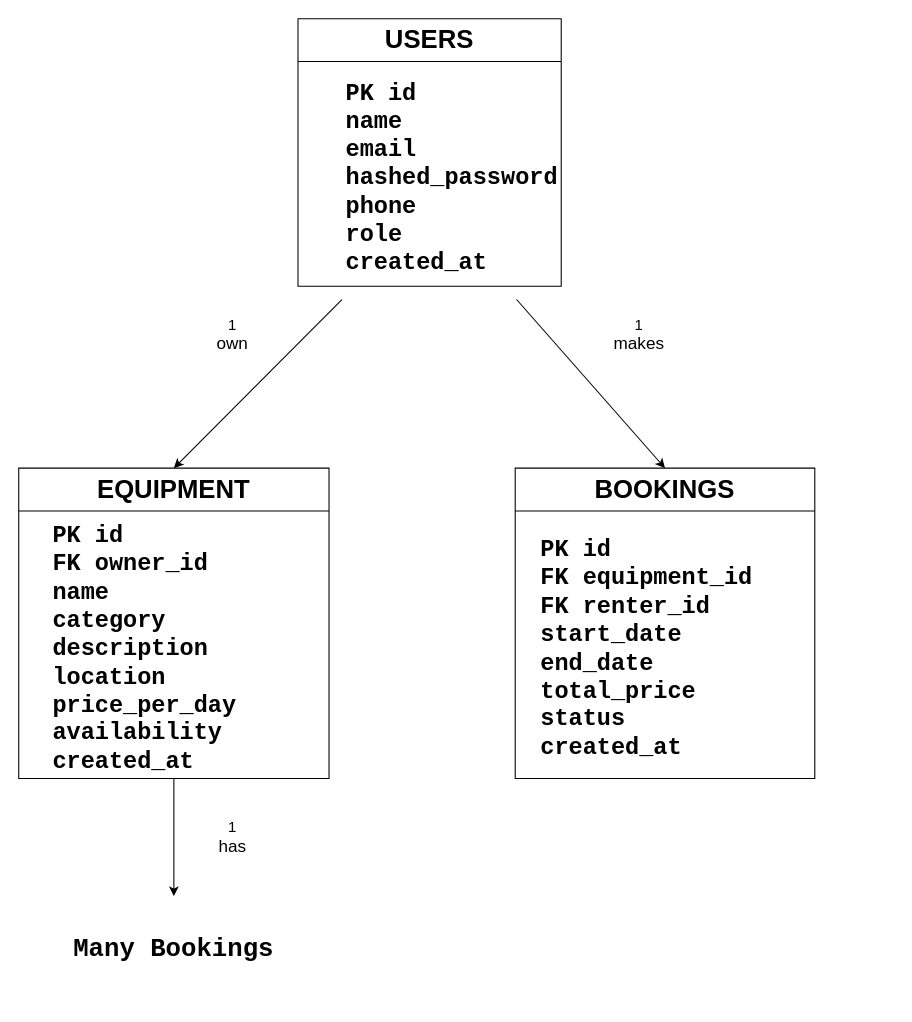
This is docs/diagrams/ER_Diagram.drawio from harisshchathriya/agrirent-ai, a draw.io file, before an edit. Source tidied: cells renumbered, new cells numbered last; positions are measured from the earlier drawing's top-left corner, leaving out a move shared by most shapes. Both pictures are drawn from the tidied source at 107%, with x=0, y=0 at pixel (18, 18).
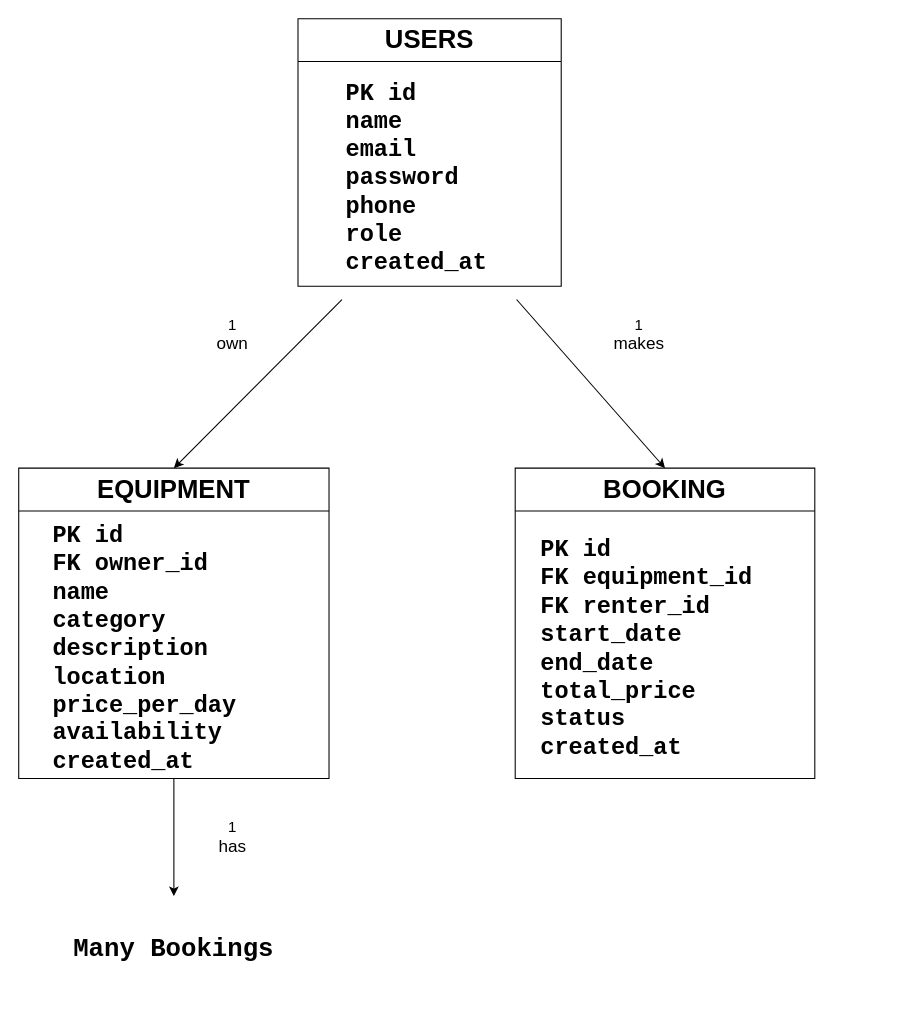
After the change.

The edit, as a diff of the source:
```diff
@@
 <mxGraphModel>
   <root>
     <mxCell id="0" />
     <mxCell id="1" parent="0" />
     <mxCell id="2" value="&lt;font style=&quot;font-size: 24px;&quot;&gt;USERS&lt;/font&gt;" style="swimlane;whiteSpace=wrap;html=1;startSize=40;" parent="1" vertex="1">
       <mxGeometry x="261" width="246" height="250" as="geometry" />
     </mxCell>
-    <mxCell id="3" value="&lt;pre&gt;&lt;font style=&quot;font-size: 22px;&quot;&gt;&lt;font style=&quot;&quot;&gt;&lt;b style=&quot;&quot;&gt;PK id&amp;nbsp;&lt;br&gt;&lt;/b&gt;&lt;/font&gt;&lt;font style=&quot;&quot;&gt;&lt;b&gt;name&amp;nbsp;&lt;br&gt;&lt;/b&gt;&lt;/font&gt;&lt;font style=&quot;&quot;&gt;&lt;b&gt;email&amp;nbsp;&lt;br&gt;&lt;/b&gt;&lt;/font&gt;&lt;font style=&quot;&quot;&gt;&lt;b&gt;hashed_password&amp;nbsp;&lt;br&gt;&lt;/b&gt;&lt;/font&gt;&lt;font style=&quot;&quot;&gt;&lt;b&gt;phone&amp;nbsp;&lt;br&gt;&lt;/b&gt;&lt;/font&gt;&lt;font style=&quot;&quot;&gt;&lt;b&gt;role&amp;nbsp;&lt;br&gt;&lt;/b&gt;&lt;/font&gt;&lt;font style=&quot;&quot;&gt;&lt;b style=&quot;&quot;&gt;created_at &lt;/b&gt;&lt;/font&gt;&lt;/font&gt;&lt;/pre&gt;" style="text;html=1;align=left;verticalAlign=middle;points=[];strokeColor=none;fillColor=none;" parent="2" vertex="1">
+    <mxCell id="3" value="&lt;pre&gt;&lt;font style=&quot;font-size: 22px;&quot;&gt;&lt;font style=&quot;&quot;&gt;&lt;b style=&quot;&quot;&gt;PK id&amp;nbsp;&lt;br&gt;&lt;/b&gt;&lt;/font&gt;&lt;font style=&quot;&quot;&gt;&lt;b&gt;name&amp;nbsp;&lt;br&gt;&lt;/b&gt;&lt;/font&gt;&lt;font style=&quot;&quot;&gt;&lt;b&gt;email&amp;nbsp;&lt;br&gt;&lt;/b&gt;&lt;/font&gt;&lt;font style=&quot;&quot;&gt;&lt;b&gt;password&amp;nbsp;&lt;br&gt;&lt;/b&gt;&lt;/font&gt;&lt;font style=&quot;&quot;&gt;&lt;b&gt;phone&amp;nbsp;&lt;br&gt;&lt;/b&gt;&lt;/font&gt;&lt;font style=&quot;&quot;&gt;&lt;b&gt;role&amp;nbsp;&lt;br&gt;&lt;/b&gt;&lt;/font&gt;&lt;font style=&quot;&quot;&gt;&lt;b style=&quot;&quot;&gt;created_at &lt;/b&gt;&lt;/font&gt;&lt;/font&gt;&lt;/pre&gt;" style="text;html=1;align=left;verticalAlign=middle;points=[];strokeColor=none;fillColor=none;" parent="2" vertex="1">
       <mxGeometry x="43" y="40" width="160" height="220" as="geometry" />
     </mxCell>
     <mxCell id="4" style="edgeStyle=none;html=1;" parent="1" edge="1" source="5" target="11">
       <mxGeometry relative="1" as="geometry" />
     </mxCell>
     <mxCell id="5" value="&lt;font style=&quot;font-size: 24px;&quot;&gt;EQUIPMENT   &lt;/font&gt;" style="swimlane;whiteSpace=wrap;html=1;startSize=40;" parent="1" vertex="1">
       <mxGeometry y="420" width="290" height="290" as="geometry" />
     </mxCell>
-    <mxCell id="6" value="&lt;font style=&quot;font-size: 24px;&quot;&gt;BOOKINGS          &lt;/font&gt;" style="swimlane;whiteSpace=wrap;html=1;startSize=40;" parent="1" vertex="1">
+    <mxCell id="6" value="&lt;font style=&quot;font-size: 24px;&quot;&gt;BOOKING          &lt;/font&gt;" style="swimlane;whiteSpace=wrap;html=1;startSize=40;" parent="1" vertex="1">
       <mxGeometry x="464" y="420" width="280" height="290" as="geometry" />
     </mxCell>
     <mxCell id="7" value="&lt;pre&gt;&lt;font style=&quot;font-size: 22px;&quot;&gt;&lt;b&gt;&lt;font style=&quot;&quot;&gt;PK id&amp;nbsp;&lt;/font&gt;&lt;font style=&quot;&quot;&gt;&lt;br&gt;&lt;/font&gt;FK equipment_id&lt;br&gt;FK renter_id&lt;br&gt;start_date               &lt;br&gt;end_date                 &lt;br&gt;total_price              &lt;br&gt;status                   &lt;br&gt;created_at               &lt;/b&gt;&lt;/font&gt;&lt;/pre&gt;" style="text;html=1;align=left;verticalAlign=middle;strokeColor=none;fillColor=none;" parent="6" vertex="1">
       <mxGeometry x="21.5" y="45" width="330" height="250" as="geometry" />
     </mxCell>
     <mxCell id="8" style="edgeStyle=none;html=1;entryX=0.5;entryY=0;entryDx=0;entryDy=0;exitX=-0.012;exitY=1.011;exitDx=0;exitDy=0;exitPerimeter=0;" parent="1" edge="1" source="3" target="5">
       <mxGeometry relative="1" as="geometry" />
     </mxCell>
     <mxCell id="9" style="edgeStyle=none;html=1;entryX=0.5;entryY=0;entryDx=0;entryDy=0;exitX=1.008;exitY=1.011;exitDx=0;exitDy=0;exitPerimeter=0;" parent="1" edge="1" source="3" target="6">
       <mxGeometry relative="1" as="geometry" />
     </mxCell>
     <mxCell id="10" value="&lt;pre&gt;&lt;font style=&quot;font-size: 22px;&quot;&gt;&lt;b&gt;&lt;font style=&quot;&quot;&gt;PK id&lt;br&gt;FK owner_id&lt;br&gt;&lt;/font&gt;&lt;font style=&quot;&quot;&gt;name&amp;nbsp;&lt;br&gt;category&lt;br&gt;description               &lt;br&gt;&lt;/font&gt;&lt;font style=&quot;&quot;&gt;location          &lt;br&gt;&lt;/font&gt;&lt;font style=&quot;&quot;&gt;price_per_day&lt;br&gt;&lt;/font&gt;&lt;font style=&quot;&quot;&gt;availability        &lt;br&gt;&lt;/font&gt;&lt;font style=&quot;&quot;&gt;created_at&lt;/font&gt;&lt;/b&gt;&lt;/font&gt;&lt;/pre&gt;" style="text;html=1;align=left;verticalAlign=middle;strokeColor=none;fillColor=none;" parent="1" vertex="1">
       <mxGeometry x="30" y="450" width="340" height="280" as="geometry" />
     </mxCell>
     <mxCell id="11" value="&lt;pre&gt;&lt;font style=&quot;font-size: 24px;&quot;&gt;&lt;b&gt;Many Bookings&lt;/b&gt;&lt;/font&gt;&lt;/pre&gt;" style="text;html=1;align=center;verticalAlign=middle;whiteSpace=wrap;rounded=0;" parent="1" vertex="1">
       <mxGeometry x="50" y="820" width="190" height="100" as="geometry" />
     </mxCell>
     <mxCell id="12" value="&lt;font style=&quot;font-size: 14px;&quot;&gt;1&lt;br&gt;&lt;/font&gt;&lt;div style=&quot;text-align: left;&quot;&gt;&lt;span style=&quot;background-color: transparent;&quot;&gt;&lt;font size=&quot;3&quot;&gt;has&lt;/font&gt;&lt;/span&gt;&lt;/div&gt;" style="text;html=1;align=center;verticalAlign=middle;whiteSpace=wrap;rounded=0;" parent="1" vertex="1">
       <mxGeometry x="170" y="750" width="60" height="30" as="geometry" />
     </mxCell>
     <mxCell id="13" value="&lt;font style=&quot;font-size: 14px;&quot;&gt;1&lt;br&gt;&lt;/font&gt;&lt;div style=&quot;text-align: left;&quot;&gt;&lt;font size=&quot;3&quot;&gt;own&lt;/font&gt;&lt;/div&gt;" style="text;html=1;align=center;verticalAlign=middle;whiteSpace=wrap;rounded=0;" parent="1" vertex="1">
       <mxGeometry x="170" y="280" width="60" height="30" as="geometry" />
     </mxCell>
     <mxCell id="14" value="&lt;font style=&quot;font-size: 14px;&quot;&gt;1&lt;br&gt;&lt;/font&gt;&lt;div style=&quot;text-align: left;&quot;&gt;&lt;font size=&quot;3&quot;&gt;makes&lt;/font&gt;&lt;/div&gt;" style="text;html=1;align=center;verticalAlign=middle;whiteSpace=wrap;rounded=0;" parent="1" vertex="1">
       <mxGeometry x="550" y="280" width="60" height="30" as="geometry" />
     </mxCell>
   </root>
 </mxGraphModel>
```
